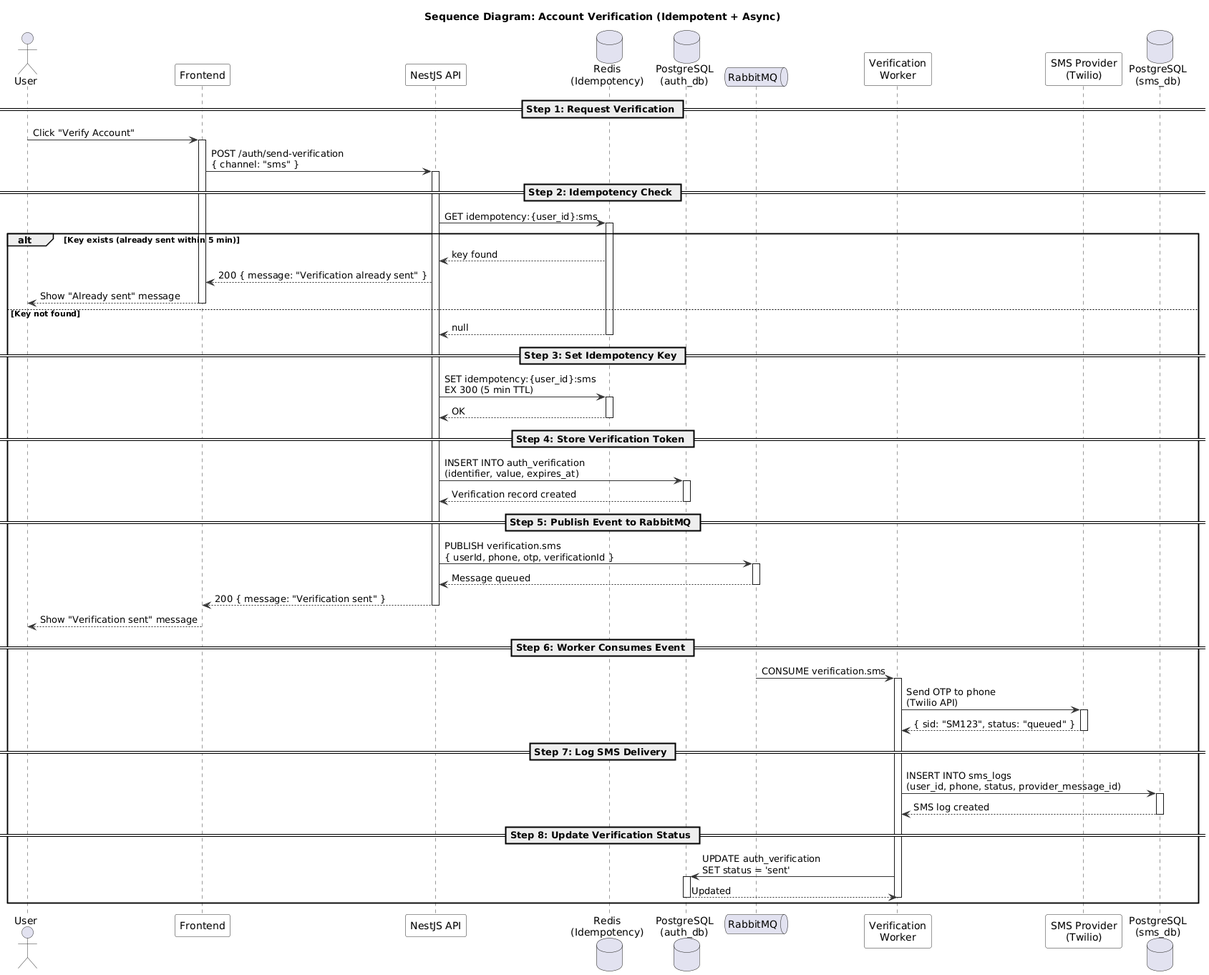
This is modules/dist/auth/images/sequence/sequence-diagram.png from namnh240795/document, a PlantUML export, as it was before one commit. Source of this version:
```plantuml
@startuml

skinparam sequence {
  ArrowColor #333333
  ActorBorderColor #333333
  LifeLineBorderColor #333333
  ParticipantBackgroundColor #F8F8F8
  ParticipantBorderColor #333333
}

title Sequence Diagram: Account Verification (Idempotent + Async)

actor User
participant "Frontend" as FE
participant "NestJS API" as API
database "Redis\n(Idempotency)" as Redis
database "PostgreSQL\n(auth_db)" as authDB
queue "RabbitMQ" as MQ
participant "Verification\nWorker" as Worker
participant "SMS Provider\n(Twilio)" as SMS
database "PostgreSQL\n(sms_db)" as smsDB

== Step 1: Request Verification ==

User -> FE : Click "Verify Account"
activate FE

FE -> API : POST /auth/send-verification\n{ channel: "sms" }
activate API

== Step 2: Idempotency Check ==

API -> Redis : GET idempotency:{user_id}:sms
activate Redis

alt Key exists (already sent within 5 min)
  Redis --> API : key found
  API --> FE : 200 { message: "Verification already sent" }
  FE --> User : Show "Already sent" message
  deactivate FE
else Key not found
  Redis --> API : null
  deactivate Redis

  == Step 3: Set Idempotency Key ==

  API -> Redis : SET idempotency:{user_id}:sms\nEX 300 (5 min TTL)
  activate Redis
  Redis --> API : OK
  deactivate Redis

  == Step 4: Store Verification Token ==

  API -> authDB : INSERT INTO auth_verification\n(identifier, value, expires_at)
  activate authDB
  authDB --> API : Verification record created
  deactivate authDB

  == Step 5: Publish Event to RabbitMQ ==

  API -> MQ : PUBLISH verification.sms\n{ userId, phone, otp, verificationId }
  activate MQ
  MQ --> API : Message queued
  deactivate MQ

  API --> FE : 200 { message: "Verification sent" }
  deactivate API

  FE --> User : Show "Verification sent" message
  deactivate FE

  == Step 6: Worker Consumes Event ==

  MQ -> Worker : CONSUME verification.sms
  activate Worker

  Worker -> SMS : Send OTP to phone\n(Twilio API)
  activate SMS
  SMS --> Worker : { sid: "SM123", status: "queued" }
  deactivate SMS

  == Step 7: Log SMS Delivery ==

  Worker -> smsDB : INSERT INTO sms_logs\n(user_id, phone, status, provider_message_id)
  activate smsDB
  smsDB --> Worker : SMS log created
  deactivate smsDB

  == Step 8: Update Verification Status ==

  Worker -> authDB : UPDATE auth_verification\nSET status = 'sent'
  activate authDB
  authDB --> Worker : Updated
  deactivate authDB

  deactivate Worker

end

@enduml
```
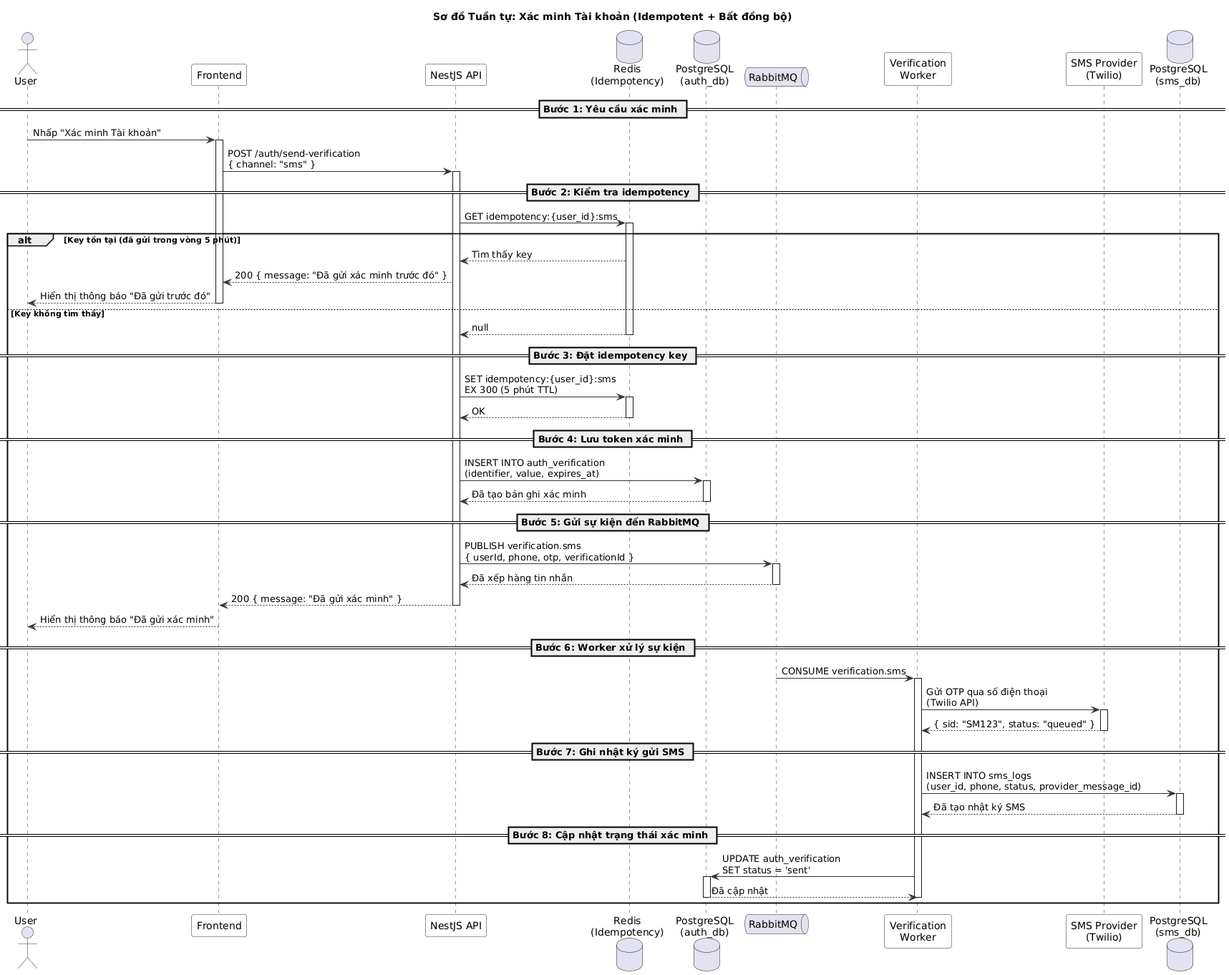
The same file after the commit.

What changed in the source:
```diff
@@ -8,7 +8,7 @@
   ParticipantBorderColor #333333
 }
 
-title Sequence Diagram: Account Verification (Idempotent + Async)
+title Sơ đồ Tuần tự: Xác minh Tài khoản (Idempotent + Bất đồng bộ)
 
 actor User
 participant "Frontend" as FE
@@ -20,77 +20,77 @@
 participant "SMS Provider\n(Twilio)" as SMS
 database "PostgreSQL\n(sms_db)" as smsDB
 
-== Step 1: Request Verification ==
+== Bước 1: Yêu cầu xác minh ==
 
-User -> FE : Click "Verify Account"
+User -> FE : Nhấp "Xác minh Tài khoản"
 activate FE
 
 FE -> API : POST /auth/send-verification\n{ channel: "sms" }
 activate API
 
-== Step 2: Idempotency Check ==
+== Bước 2: Kiểm tra idempotency ==
 
 API -> Redis : GET idempotency:{user_id}:sms
 activate Redis
 
-alt Key exists (already sent within 5 min)
-  Redis --> API : key found
-  API --> FE : 200 { message: "Verification already sent" }
-  FE --> User : Show "Already sent" message
+alt Key tồn tại (đã gửi trong vòng 5 phút)
+  Redis --> API : Tìm thấy key
+  API --> FE : 200 { message: "Đã gửi xác minh trước đó" }
+  FE --> User : Hiển thị thông báo "Đã gửi trước đó"
   deactivate FE
-else Key not found
+else Key không tìm thấy
   Redis --> API : null
   deactivate Redis
 
-  == Step 3: Set Idempotency Key ==
+  == Bước 3: Đặt idempotency key ==
 
-  API -> Redis : SET idempotency:{user_id}:sms\nEX 300 (5 min TTL)
+  API -> Redis : SET idempotency:{user_id}:sms\nEX 300 (5 phút TTL)
   activate Redis
   Redis --> API : OK
   deactivate Redis
 
-  == Step 4: Store Verification Token ==
+  == Bước 4: Lưu token xác minh ==
 
   API -> authDB : INSERT INTO auth_verification\n(identifier, value, expires_at)
   activate authDB
-  authDB --> API : Verification record created
+  authDB --> API : Đã tạo bản ghi xác minh
   deactivate authDB
 
-  == Step 5: Publish Event to RabbitMQ ==
+  == Bước 5: Gửi sự kiện đến RabbitMQ ==
 
   API -> MQ : PUBLISH verification.sms\n{ userId, phone, otp, verificationId }
   activate MQ
-  MQ --> API : Message queued
+  MQ --> API : Đã xếp hàng tin nhắn
   deactivate MQ
 
-  API --> FE : 200 { message: "Verification sent" }
+  API --> FE : 200 { message: "Đã gửi xác minh" }
   deactivate API
 
-  FE --> User : Show "Verification sent" message
+  FE --> User : Hiển thị thông báo "Đã gửi xác minh"
   deactivate FE
 
-  == Step 6: Worker Consumes Event ==
+  == Bước 6: Worker xử lý sự kiện ==
 
   MQ -> Worker : CONSUME verification.sms
   activate Worker
 
-  Worker -> SMS : Send OTP to phone\n(Twilio API)
+  Worker -> SMS : Gửi OTP qua số điện thoại\n(Twilio API)
   activate SMS
   SMS --> Worker : { sid: "SM123", status: "queued" }
   deactivate SMS
 
-  == Step 7: Log SMS Delivery ==
+  == Bước 7: Ghi nhật ký gửi SMS ==
 
   Worker -> smsDB : INSERT INTO sms_logs\n(user_id, phone, status, provider_message_id)
   activate smsDB
-  smsDB --> Worker : SMS log created
+  smsDB --> Worker : Đã tạo nhật ký SMS
   deactivate smsDB
 
-  == Step 8: Update Verification Status ==
+  == Bước 8: Cập nhật trạng thái xác minh ==
 
   Worker -> authDB : UPDATE auth_verification\nSET status = 'sent'
   activate authDB
-  authDB --> Worker : Updated
+  authDB --> Worker : Đã cập nhật
   deactivate authDB
 
   deactivate Worker
```
